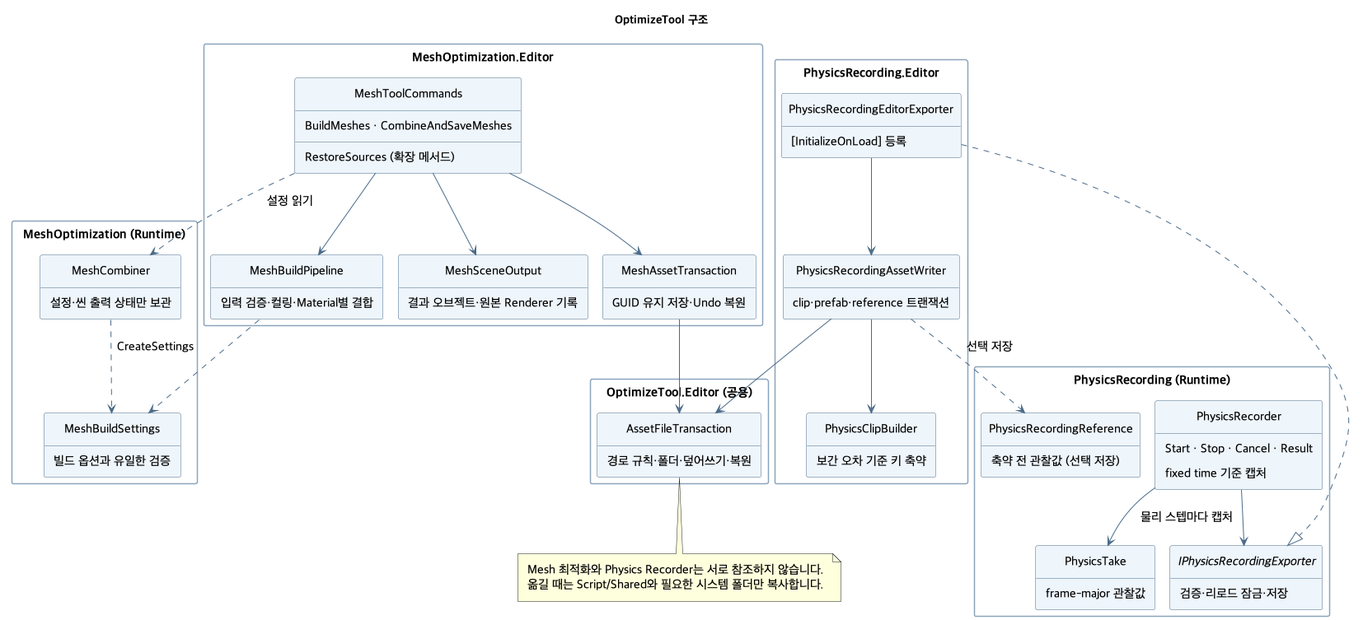
The PlantUML diagram ToyProject/Assets/_OptimizeTool/Docs/Images/optimizetool-structure.png in youwonsock/tool-unity-editor, before a commit.
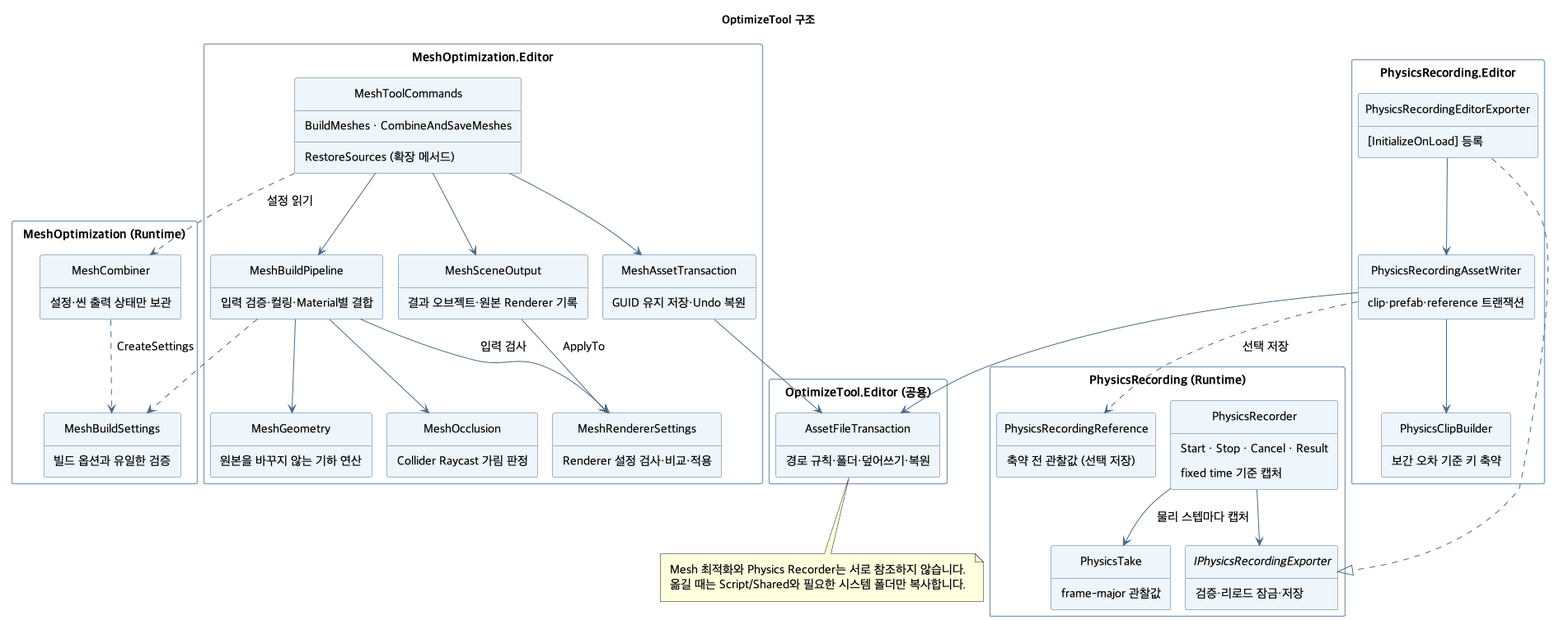
The same diagram one commit later.

Commit message:
TechnicalNotes 클래스 표와 구조도에 MeshRendererSettings·MeshGeometry·MeshOcclusion을 넣고 PNG를 다시 렌더링함

Diff of the diagram source:
```diff
@@ -30,6 +30,15 @@
   }
   class MeshBuildPipeline {
     입력 검증·컬링·Material별 결합
+  }
+  class MeshRendererSettings {
+    Renderer 설정 검사·비교·적용
+  }
+  class MeshGeometry {
+    원본을 바꾸지 않는 기하 연산
+  }
+  class MeshOcclusion {
+    Collider Raycast 가림 판정
   }
   class MeshSceneOutput {
     결과 오브젝트·원본 Renderer 기록
@@ -77,6 +86,10 @@
 MeshComponents ..> MeshBuildSettings : CreateSettings
 MeshToolCommands --> MeshBuildPipeline
 MeshBuildPipeline ..> MeshBuildSettings
+MeshBuildPipeline --> MeshGeometry
+MeshBuildPipeline --> MeshOcclusion
+MeshBuildPipeline --> MeshRendererSettings : 입력 검사
+MeshSceneOutput --> MeshRendererSettings : ApplyTo
 MeshToolCommands --> MeshSceneOutput
 MeshToolCommands --> MeshAssetTransaction
 MeshAssetTransaction --> AssetFileTransaction
```
